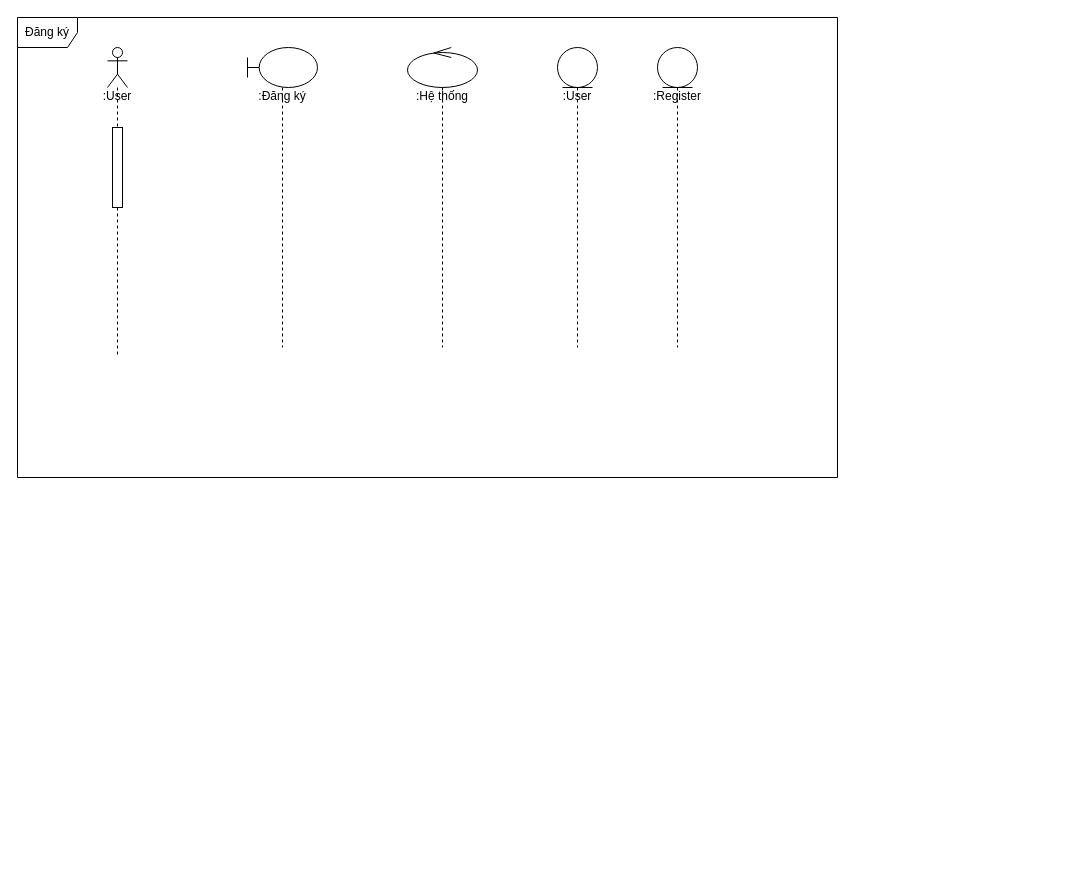
The draw.io diagram page "Page-1" (1 of 10) of BlogProject/BlogProject/DangKySequence.drawio in TranThanhHoang123/Blog, before the edit. Source tidied: cells renumbered, new cells numbered last; positions are measured from the earlier drawing's top-left corner, leaving out a move shared by most shapes. Both pictures are drawn from the tidied source at 100%, with x=0, y=0 at pixel (17, 17).
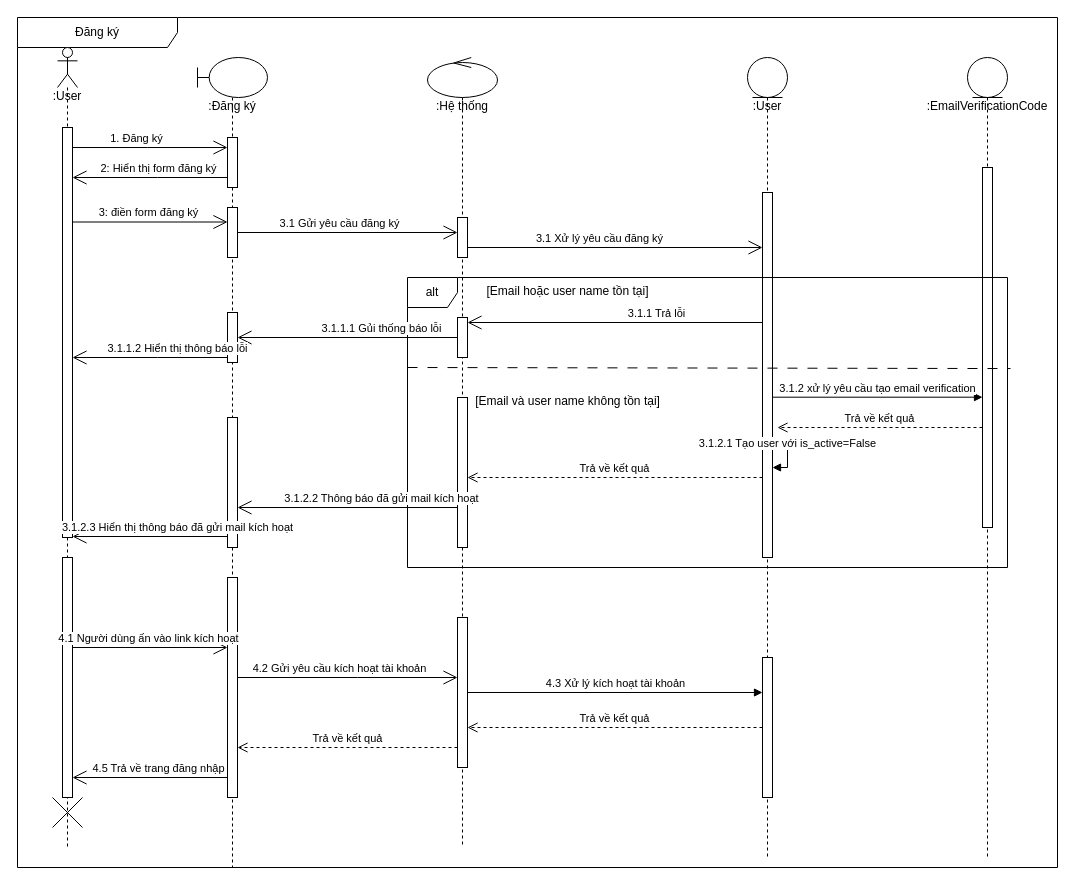
Above is the later version.

What changed in the source:
```diff
@@
+    <mxCell id="6" value="Đăng ký" style="shape=umlFrame;whiteSpace=wrap;html=1;width=160;" parent="1" vertex="1">
+      <mxGeometry width="1040" height="850" as="geometry" />
+    </mxCell>
+    <mxCell id="9" style="shape=umlDestroy;html=1;" parent="6" vertex="1">
+      <mxGeometry x="35" y="780" width="30" height="30" as="geometry" />
+    </mxCell>
-    <mxCell id="2" value="&lt;div&gt;&lt;br&gt;&lt;/div&gt;&lt;div&gt;&lt;br&gt;&lt;/div&gt;&lt;div&gt;&lt;br&gt;&lt;/div&gt;&lt;div&gt;&lt;br&gt;&lt;/div&gt;&lt;div&gt;&lt;span style=&quot;background-color: initial;&quot;&gt;:User&lt;/span&gt;&lt;br&gt;&lt;/div&gt;" style="shape=umlLifeline;perimeter=lifelinePerimeter;whiteSpace=wrap;html=1;newEdgeStyle={&quot;curved&quot;:0,&quot;rounded&quot;:0};participant=umlActor;size=40;" parent="1" vertex="1">
-      <mxGeometry x="90" y="30" width="20" height="310" as="geometry" />
+    <mxCell id="2" value="&lt;div&gt;&lt;br&gt;&lt;/div&gt;&lt;div&gt;&lt;br&gt;&lt;/div&gt;&lt;div&gt;&lt;br&gt;&lt;/div&gt;&lt;div&gt;&lt;br&gt;&lt;/div&gt;&lt;div&gt;&lt;span style=&quot;background-color: initial;&quot;&gt;:User&lt;/span&gt;&lt;br&gt;&lt;/div&gt;" style="shape=umlLifeline;perimeter=lifelinePerimeter;whiteSpace=wrap;html=1;newEdgeStyle={&quot;curved&quot;:0,&quot;rounded&quot;:0};participant=umlActor;size=40;" parent="6" vertex="1">
+      <mxGeometry x="40" y="30" width="20" height="800" as="geometry" />
     </mxCell>
-    <mxCell id="3" style="html=1;perimeter=orthogonalPerimeter;targetShapes=umlLifeline;newEdgeStyle={&quot;curved&quot;:0,&quot;rounded&quot;:0};" parent="2" vertex="1">
-      <mxGeometry x="5" y="80" width="10" height="80" as="geometry" />
-    </mxCell>
+    <mxCell id="10" style="html=1;points=[[0,0,0,0,5],[0,1,0,0,-5],[1,0,0,0,5],[1,1,0,0,-5]];perimeter=orthogonalPerimeter;outlineConnect=0;targetShapes=umlLifeline;portConstraint=eastwest;newEdgeStyle={&quot;curved&quot;:0,&quot;rounded&quot;:0};" parent="2" vertex="1">
+      <mxGeometry x="5" y="80" width="10" height="410" as="geometry" />
+    </mxCell>
+    <mxCell id="11" style="html=1;perimeter=orthogonalPerimeter;targetShapes=umlLifeline;newEdgeStyle={&quot;curved&quot;:0,&quot;rounded&quot;:0};" parent="2" vertex="1">
+      <mxGeometry x="5" y="510" width="10" height="240" as="geometry" />
+    </mxCell>
-    <mxCell id="4" value="&lt;div&gt;&lt;br&gt;&lt;/div&gt;&lt;div&gt;&lt;br&gt;&lt;/div&gt;&lt;div&gt;&lt;br&gt;&lt;/div&gt;&lt;div&gt;&lt;br&gt;&lt;/div&gt;&lt;div&gt;:Đăng ký&lt;/div&gt;" style="shape=umlLifeline;perimeter=lifelinePerimeter;whiteSpace=wrap;html=1;newEdgeStyle={&quot;curved&quot;:0,&quot;rounded&quot;:0};participant=umlBoundary;" parent="1" vertex="1">
-      <mxGeometry x="230" y="30" width="70" height="300" as="geometry" />
+    <mxCell id="4" value="&lt;div&gt;&lt;br&gt;&lt;/div&gt;&lt;div&gt;&lt;br&gt;&lt;/div&gt;&lt;div&gt;&lt;br&gt;&lt;/div&gt;&lt;div&gt;&lt;br&gt;&lt;/div&gt;&lt;div&gt;:Đăng ký&lt;/div&gt;" style="shape=umlLifeline;perimeter=lifelinePerimeter;whiteSpace=wrap;html=1;newEdgeStyle={&quot;curved&quot;:0,&quot;rounded&quot;:0};participant=umlBoundary;" parent="6" vertex="1">
+      <mxGeometry x="180" y="40" width="70" height="810" as="geometry" />
     </mxCell>
+    <mxCell id="12" style="html=1;points=[[0,0,0,0,5],[0,1,0,0,-5],[1,0,0,0,5],[1,1,0,0,-5]];perimeter=orthogonalPerimeter;outlineConnect=0;targetShapes=umlLifeline;portConstraint=eastwest;newEdgeStyle={&quot;curved&quot;:0,&quot;rounded&quot;:0};" parent="4" vertex="1">
+      <mxGeometry x="30" y="255" width="10" height="50" as="geometry" />
+    </mxCell>
+    <mxCell id="13" style="html=1;perimeter=orthogonalPerimeter;targetShapes=umlLifeline;newEdgeStyle={&quot;curved&quot;:0,&quot;rounded&quot;:0};" parent="4" vertex="1">
+      <mxGeometry x="30" y="360" width="10" height="130" as="geometry" />
+    </mxCell>
+    <mxCell id="14" style="html=1;points=[[0,0,0,0,5],[0,1,0,0,-5],[1,0,0,0,5],[1,1,0,0,-5]];perimeter=orthogonalPerimeter;outlineConnect=0;targetShapes=umlLifeline;portConstraint=eastwest;newEdgeStyle={&quot;curved&quot;:0,&quot;rounded&quot;:0};" parent="4" vertex="1">
+      <mxGeometry x="30" y="520" width="10" height="220" as="geometry" />
+    </mxCell>
-    <mxCell id="5" value="&lt;div&gt;&lt;br&gt;&lt;/div&gt;&lt;div&gt;&lt;br&gt;&lt;/div&gt;&lt;div&gt;&lt;br&gt;&lt;/div&gt;&lt;div&gt;&lt;br&gt;&lt;/div&gt;&lt;div&gt;:Hệ thống&lt;/div&gt;" style="shape=umlLifeline;perimeter=lifelinePerimeter;whiteSpace=wrap;html=1;newEdgeStyle={&quot;curved&quot;:0,&quot;rounded&quot;:0};participant=umlControl;" parent="1" vertex="1">
-      <mxGeometry x="390" y="30" width="70" height="300" as="geometry" />
+    <mxCell id="5" value="&lt;div&gt;&lt;br&gt;&lt;/div&gt;&lt;div&gt;&lt;br&gt;&lt;/div&gt;&lt;div&gt;&lt;br&gt;&lt;/div&gt;&lt;div&gt;&lt;br&gt;&lt;/div&gt;&lt;div&gt;:Hệ thống&lt;/div&gt;" style="shape=umlLifeline;perimeter=lifelinePerimeter;whiteSpace=wrap;html=1;newEdgeStyle={&quot;curved&quot;:0,&quot;rounded&quot;:0};participant=umlControl;" parent="6" vertex="1">
+      <mxGeometry x="410" y="40" width="70" height="790" as="geometry" />
     </mxCell>
-    <mxCell id="6" value="Đăng ký" style="shape=umlFrame;whiteSpace=wrap;html=1;" parent="1" vertex="1">
-      <mxGeometry width="820" height="460" as="geometry" />
-    </mxCell>
+    <mxCell id="15" style="html=1;points=[[0,0,0,0,5],[0,1,0,0,-5],[1,0,0,0,5],[1,1,0,0,-5]];perimeter=orthogonalPerimeter;outlineConnect=0;targetShapes=umlLifeline;portConstraint=eastwest;newEdgeStyle={&quot;curved&quot;:0,&quot;rounded&quot;:0};" parent="5" vertex="1">
+      <mxGeometry x="30" y="160" width="10" height="40" as="geometry" />
+    </mxCell>
+    <mxCell id="16" style="html=1;points=[[0,0,0,0,5],[0,1,0,0,-5],[1,0,0,0,5],[1,1,0,0,-5]];perimeter=orthogonalPerimeter;outlineConnect=0;targetShapes=umlLifeline;portConstraint=eastwest;newEdgeStyle={&quot;curved&quot;:0,&quot;rounded&quot;:0};" parent="5" vertex="1">
+      <mxGeometry x="30" y="260" width="10" height="40" as="geometry" />
+    </mxCell>
+    <mxCell id="17" style="html=1;perimeter=orthogonalPerimeter;targetShapes=umlLifeline;newEdgeStyle={&quot;curved&quot;:0,&quot;rounded&quot;:0};" parent="5" vertex="1">
+      <mxGeometry x="30" y="340" width="10" height="150" as="geometry" />
+    </mxCell>
+    <mxCell id="18" style="html=1;points=[[0,0,0,0,5],[0,1,0,0,-5],[1,0,0,0,5],[1,1,0,0,-5]];perimeter=orthogonalPerimeter;outlineConnect=0;targetShapes=umlLifeline;portConstraint=eastwest;newEdgeStyle={&quot;curved&quot;:0,&quot;rounded&quot;:0};" parent="5" vertex="1">
+      <mxGeometry x="30" y="560" width="10" height="150" as="geometry" />
+    </mxCell>
-    <mxCell id="7" value="&lt;div&gt;&lt;br&gt;&lt;/div&gt;&lt;div&gt;&lt;br&gt;&lt;/div&gt;&lt;div&gt;&lt;br&gt;&lt;/div&gt;&lt;div&gt;&lt;br&gt;&lt;/div&gt;&lt;div&gt;:User&lt;/div&gt;" style="shape=umlLifeline;perimeter=lifelinePerimeter;whiteSpace=wrap;html=1;newEdgeStyle={&quot;curved&quot;:0,&quot;rounded&quot;:0};participant=umlEntity;" parent="1" vertex="1">
-      <mxGeometry x="540" y="30" width="40" height="300" as="geometry" />
+    <mxCell id="7" value="&lt;div&gt;&lt;br&gt;&lt;/div&gt;&lt;div&gt;&lt;br&gt;&lt;/div&gt;&lt;div&gt;&lt;br&gt;&lt;/div&gt;&lt;div&gt;&lt;br&gt;&lt;/div&gt;&lt;div&gt;:User&lt;/div&gt;" style="shape=umlLifeline;perimeter=lifelinePerimeter;whiteSpace=wrap;html=1;newEdgeStyle={&quot;curved&quot;:0,&quot;rounded&quot;:0};participant=umlEntity;" parent="6" vertex="1">
+      <mxGeometry x="730" y="40" width="40" height="800" as="geometry" />
     </mxCell>
-    <mxCell id="8" value="&lt;div&gt;&lt;br&gt;&lt;/div&gt;&lt;div&gt;&lt;br&gt;&lt;/div&gt;&lt;div&gt;&lt;br&gt;&lt;/div&gt;&lt;div&gt;&lt;br&gt;&lt;/div&gt;&lt;div&gt;:Register&lt;/div&gt;" style="shape=umlLifeline;perimeter=lifelinePerimeter;whiteSpace=wrap;html=1;newEdgeStyle={&quot;curved&quot;:0,&quot;rounded&quot;:0};participant=umlEntity;" parent="1" vertex="1">
-      <mxGeometry x="640" y="30" width="40" height="300" as="geometry" />
-    </mxCell>
+    <mxCell id="19" style="html=1;points=[[0,0,0,0,5],[0,1,0,0,-5],[1,0,0,0,5],[1,1,0,0,-5]];perimeter=orthogonalPerimeter;outlineConnect=0;targetShapes=umlLifeline;portConstraint=eastwest;newEdgeStyle={&quot;curved&quot;:0,&quot;rounded&quot;:0};" parent="7" vertex="1">
+      <mxGeometry x="15" y="135" width="10" height="365" as="geometry" />
+    </mxCell>
+    <mxCell id="20" style="html=1;points=[[0,0,0,0,5],[0,1,0,0,-5],[1,0,0,0,5],[1,1,0,0,-5]];perimeter=orthogonalPerimeter;outlineConnect=0;targetShapes=umlLifeline;portConstraint=eastwest;newEdgeStyle={&quot;curved&quot;:0,&quot;rounded&quot;:0};" parent="7" vertex="1">
+      <mxGeometry x="15" y="600" width="10" height="140" as="geometry" />
+    </mxCell>
+    <mxCell id="21" value="3.1.2.1 Tạo user với is_active=False" style="html=1;verticalAlign=bottom;endArrow=block;curved=0;rounded=0;" parent="7" edge="1" source="19" target="19">
+      <mxGeometry relative="1" as="geometry">
+        <Array as="points">
+          <mxPoint x="40" y="380" />
+          <mxPoint x="40" y="410" />
+        </Array>
+      </mxGeometry>
+    </mxCell>
+    <mxCell id="22" value="&lt;div&gt;&lt;br&gt;&lt;/div&gt;&lt;div&gt;&lt;br&gt;&lt;/div&gt;&lt;div&gt;&lt;br&gt;&lt;/div&gt;&lt;div&gt;&lt;br&gt;&lt;/div&gt;&lt;div&gt;:EmailVerificationCode&lt;/div&gt;" style="shape=umlLifeline;perimeter=lifelinePerimeter;whiteSpace=wrap;html=1;newEdgeStyle={&quot;curved&quot;:0,&quot;rounded&quot;:0};participant=umlEntity;" parent="6" vertex="1">
+      <mxGeometry x="950" y="40" width="40" height="800" as="geometry" />
+    </mxCell>
+    <mxCell id="23" style="html=1;perimeter=orthogonalPerimeter;targetShapes=umlLifeline;newEdgeStyle={&quot;curved&quot;:0,&quot;rounded&quot;:0};" parent="22" vertex="1">
+      <mxGeometry x="15" y="110" width="10" height="360" as="geometry" />
+    </mxCell>
+    <mxCell id="24" style="html=1;points=[[0,0,0,0,5],[0,1,0,0,-5],[1,0,0,0,5],[1,1,0,0,-5]];perimeter=orthogonalPerimeter;outlineConnect=0;targetShapes=umlLifeline;portConstraint=eastwest;newEdgeStyle={&quot;curved&quot;:0,&quot;rounded&quot;:0};" parent="6" vertex="1">
+      <mxGeometry x="210" y="120" width="10" height="50" as="geometry" />
+    </mxCell>
+    <mxCell id="25" style="endArrow=open;endFill=1;endSize=12;html=1;rounded=0;" parent="6" edge="1" source="10" target="24">
+      <mxGeometry relative="1" as="geometry">
+        <Array as="points">
+          <mxPoint x="130" y="130" />
+        </Array>
+      </mxGeometry>
+    </mxCell>
+    <mxCell id="26" value="1. Đăng ký" style="edgeLabel;html=1;align=center;verticalAlign=middle;" parent="25" vertex="1">
+      <mxGeometry x="-0.19" relative="1" as="geometry">
+        <mxPoint y="-10" as="offset" />
+      </mxGeometry>
+    </mxCell>
+    <mxCell id="27" style="endArrow=open;endFill=1;endSize=12;html=1;rounded=0;" parent="6" edge="1" source="24" target="10">
+      <mxGeometry relative="1" as="geometry">
+        <Array as="points">
+          <mxPoint x="140" y="160" />
+        </Array>
+      </mxGeometry>
+    </mxCell>
+    <mxCell id="28" value="2: Hiển thị form đăng ký" style="edgeLabel;html=1;align=center;verticalAlign=middle;" parent="27" vertex="1">
+      <mxGeometry x="-0.19" relative="1" as="geometry">
+        <mxPoint x="-7" y="-10" as="offset" />
+      </mxGeometry>
+    </mxCell>
+    <mxCell id="29" style="html=1;points=[[0,0,0,0,5],[0,1,0,0,-5],[1,0,0,0,5],[1,1,0,0,-5]];perimeter=orthogonalPerimeter;outlineConnect=0;targetShapes=umlLifeline;portConstraint=eastwest;newEdgeStyle={&quot;curved&quot;:0,&quot;rounded&quot;:0};" parent="6" vertex="1">
+      <mxGeometry x="210" y="190" width="10" height="50" as="geometry" />
+    </mxCell>
+    <mxCell id="30" style="endArrow=open;endFill=1;endSize=12;html=1;rounded=0;" parent="6" edge="1">
+      <mxGeometry relative="1" as="geometry">
+        <mxPoint x="55" y="204.5" as="sourcePoint" />
+        <mxPoint x="210" y="204.5" as="targetPoint" />
+      </mxGeometry>
+    </mxCell>
+    <mxCell id="31" value="3: điền form đăng ký" style="edgeLabel;html=1;align=center;verticalAlign=middle;" parent="30" vertex="1">
+      <mxGeometry x="-0.19" relative="1" as="geometry">
+        <mxPoint x="12" y="-10" as="offset" />
+      </mxGeometry>
+    </mxCell>
+    <mxCell id="32" style="endArrow=open;endFill=1;endSize=12;html=1;rounded=0;" parent="6" edge="1" source="29" target="15">
+      <mxGeometry relative="1" as="geometry" />
+    </mxCell>
+    <mxCell id="33" value="3.1 Gửi yêu cầu đăng ký" style="edgeLabel;html=1;align=center;verticalAlign=middle;" parent="32" vertex="1">
+      <mxGeometry x="-0.19" relative="1" as="geometry">
+        <mxPoint x="12" y="-10" as="offset" />
+      </mxGeometry>
+    </mxCell>
+    <mxCell id="34" style="endArrow=open;endFill=1;endSize=12;html=1;rounded=0;" parent="6" edge="1" source="15" target="19">
+      <mxGeometry relative="1" as="geometry">
+        <Array as="points">
+          <mxPoint x="450" y="230" />
+        </Array>
+      </mxGeometry>
+    </mxCell>
+    <mxCell id="35" value="3.1 Xử lý yêu cầu đăng ký" style="edgeLabel;html=1;align=center;verticalAlign=middle;" parent="34" vertex="1">
+      <mxGeometry x="-0.19" relative="1" as="geometry">
+        <mxPoint x="12" y="-10" as="offset" />
+      </mxGeometry>
+    </mxCell>
+    <mxCell id="36" value="alt" style="shape=umlFrame;whiteSpace=wrap;html=1;width=50;" parent="6" vertex="1">
+      <mxGeometry x="390" y="260" width="600" height="290" as="geometry" />
+    </mxCell>
+    <mxCell id="37" value="[Email hoặc user name tồn tại]" style="text;align=center;html=1;" parent="36" vertex="1">
+      <mxGeometry width="100" height="20" relative="1" as="geometry">
+        <mxPoint x="110" as="offset" />
+      </mxGeometry>
+    </mxCell>
+    <mxCell id="38" value="[Email và user name không tồn tại]" style="text;align=center;html=1;" parent="36" vertex="1">
+      <mxGeometry x="110" y="110" width="100" height="20" as="geometry" />
+    </mxCell>
+    <mxCell id="39" value="Trả về kết quả" style="endArrow=open;startArrow=none;endFill=0;startFill=0;endSize=8;html=1;verticalAlign=bottom;dashed=1;labelBackgroundColor=none;rounded=0;" parent="36" edge="1">
+      <mxGeometry relative="1" as="geometry">
+        <mxPoint x="575" y="150" as="sourcePoint" />
+        <mxPoint x="370" y="150" as="targetPoint" />
+        <Array as="points">
+          <mxPoint x="470" y="150" />
+        </Array>
+      </mxGeometry>
+    </mxCell>
+    <mxCell id="40" style="endArrow=none;startArrow=none;endFill=0;startFill=0;endSize=8;html=1;verticalAlign=bottom;dashed=1;labelBackgroundColor=none;dashPattern=10 10;rounded=0;entryX=1.005;entryY=0.314;entryDx=0;entryDy=0;entryPerimeter=0;exitX=-0.007;exitY=0.489;exitDx=0;exitDy=0;exitPerimeter=0;" parent="36" edge="1" target="36">
+      <mxGeometry relative="1" as="geometry">
+        <mxPoint y="90" as="sourcePoint" />
+      </mxGeometry>
+    </mxCell>
+    <mxCell id="41" value="3.1.2 xử lý yêu cầu tạo email verification" style="html=1;verticalAlign=bottom;endArrow=block;curved=0;rounded=0;" parent="36" edge="1">
+      <mxGeometry relative="1" as="geometry">
+        <mxPoint x="365" y="119.7" as="sourcePoint" />
+        <mxPoint x="575" y="119.7" as="targetPoint" />
+      </mxGeometry>
+    </mxCell>
+    <mxCell id="42" value="Trả về kết quả" style="endArrow=open;startArrow=none;endFill=0;startFill=0;endSize=8;html=1;verticalAlign=bottom;dashed=1;labelBackgroundColor=none;rounded=0;" parent="36" edge="1">
+      <mxGeometry relative="1" as="geometry">
+        <mxPoint x="355" y="200" as="sourcePoint" />
+        <mxPoint x="60" y="200" as="targetPoint" />
+      </mxGeometry>
+    </mxCell>
+    <mxCell id="43" style="endArrow=open;endFill=1;endSize=12;html=1;rounded=0;" parent="6" edge="1" source="16" target="12">
+      <mxGeometry relative="1" as="geometry" />
+    </mxCell>
+    <mxCell id="44" value="3.1.1.1 Gủi thống báo lỗi" style="edgeLabel;html=1;align=center;verticalAlign=middle;" parent="43" vertex="1">
+      <mxGeometry x="-0.19" relative="1" as="geometry">
+        <mxPoint x="12" y="-10" as="offset" />
+      </mxGeometry>
+    </mxCell>
+    <mxCell id="45" style="endArrow=open;endFill=1;endSize=12;html=1;rounded=0;" parent="6" edge="1" source="12" target="10">
+      <mxGeometry relative="1" as="geometry">
+        <Array as="points">
+          <mxPoint x="140" y="340" />
+        </Array>
+      </mxGeometry>
+    </mxCell>
+    <mxCell id="46" value="3.1.1.2 Hiển thị thông báo lỗi" style="edgeLabel;html=1;align=center;verticalAlign=middle;" parent="45" vertex="1">
+      <mxGeometry x="-0.19" relative="1" as="geometry">
+        <mxPoint x="12" y="-10" as="offset" />
+      </mxGeometry>
+    </mxCell>
+    <mxCell id="47" style="endArrow=open;endFill=1;endSize=12;html=1;rounded=0;entryX=1;entryY=0;entryDx=0;entryDy=5;entryPerimeter=0;" parent="6" edge="1" source="19" target="16">
+      <mxGeometry relative="1" as="geometry" />
+    </mxCell>
+    <mxCell id="48" value="3.1.1 Trả lỗi" style="edgeLabel;html=1;align=center;verticalAlign=middle;" parent="47" vertex="1">
+      <mxGeometry x="-0.19" relative="1" as="geometry">
+        <mxPoint x="12" y="-10" as="offset" />
+      </mxGeometry>
+    </mxCell>
+    <mxCell id="49" style="endArrow=open;endFill=1;endSize=12;html=1;rounded=0;" parent="6" edge="1">
+      <mxGeometry relative="1" as="geometry">
+        <mxPoint x="210" y="519" as="sourcePoint" />
+        <mxPoint x="55" y="519" as="targetPoint" />
+      </mxGeometry>
+    </mxCell>
+    <mxCell id="50" value="3.1.2.3 Hiển thị thông báo đã gửi mail kích hoạt" style="edgeLabel;html=1;align=center;verticalAlign=middle;" parent="49" vertex="1">
+      <mxGeometry x="-0.19" relative="1" as="geometry">
+        <mxPoint x="12" y="-10" as="offset" />
+      </mxGeometry>
+    </mxCell>
+    <mxCell id="51" style="endArrow=open;endFill=1;endSize=12;html=1;rounded=0;" parent="6" edge="1">
+      <mxGeometry relative="1" as="geometry">
+        <mxPoint x="55" y="630" as="sourcePoint" />
+        <mxPoint x="210" y="630" as="targetPoint" />
+      </mxGeometry>
+    </mxCell>
+    <mxCell id="52" value="4.1 Người dùng ấn vào link kích hoạt" style="edgeLabel;html=1;align=center;verticalAlign=middle;" parent="51" vertex="1">
+      <mxGeometry x="-0.19" relative="1" as="geometry">
+        <mxPoint x="12" y="-10" as="offset" />
+      </mxGeometry>
+    </mxCell>
+    <mxCell id="53" style="endArrow=open;endFill=1;endSize=12;html=1;rounded=0;" parent="6" edge="1" source="14" target="18">
+      <mxGeometry relative="1" as="geometry">
+        <Array as="points">
+          <mxPoint x="340" y="660" />
+        </Array>
+      </mxGeometry>
+    </mxCell>
+    <mxCell id="54" value="4.2 Gửi yêu cầu kích hoạt tài khoản" style="edgeLabel;html=1;align=center;verticalAlign=middle;" parent="53" vertex="1">
+      <mxGeometry x="-0.19" relative="1" as="geometry">
+        <mxPoint x="12" y="-10" as="offset" />
+      </mxGeometry>
+    </mxCell>
+    <mxCell id="55" style="endArrow=open;endFill=1;endSize=12;html=1;rounded=0;" parent="6" edge="1">
+      <mxGeometry relative="1" as="geometry">
+        <mxPoint x="440" y="490" as="sourcePoint" />
+        <mxPoint x="220" y="490" as="targetPoint" />
+      </mxGeometry>
+    </mxCell>
+    <mxCell id="56" value="3.1.2.2 Thông báo đã gửi mail kích hoạt" style="edgeLabel;html=1;align=center;verticalAlign=middle;" parent="55" vertex="1">
+      <mxGeometry x="-0.19" relative="1" as="geometry">
+        <mxPoint x="12" y="-10" as="offset" />
+      </mxGeometry>
+    </mxCell>
+    <mxCell id="57" value="Trả về kết quả" style="endArrow=open;startArrow=none;endFill=0;startFill=0;endSize=8;html=1;verticalAlign=bottom;dashed=1;labelBackgroundColor=none;rounded=0;" parent="6" edge="1" source="20" target="18">
+      <mxGeometry relative="1" as="geometry" />
+    </mxCell>
+    <mxCell id="58" style="endArrow=open;endFill=1;endSize=12;html=1;rounded=0;" parent="6" edge="1">
+      <mxGeometry relative="1" as="geometry">
+        <mxPoint x="210" y="760" as="sourcePoint" />
+        <mxPoint x="55" y="760" as="targetPoint" />
+      </mxGeometry>
+    </mxCell>
+    <mxCell id="59" value="4.5 Trả về trang đăng nhập" style="edgeLabel;html=1;align=center;verticalAlign=middle;" parent="58" vertex="1">
+      <mxGeometry x="-0.19" relative="1" as="geometry">
+        <mxPoint x="-7" y="-10" as="offset" />
+      </mxGeometry>
+    </mxCell>
+    <mxCell id="60" value="4.3 Xử lý kích hoạt tài khoản" style="html=1;verticalAlign=bottom;endArrow=block;curved=0;rounded=0;" parent="6" edge="1" source="18" target="20">
+      <mxGeometry relative="1" as="geometry" />
+    </mxCell>
+    <mxCell id="61" value="Trả về kết quả" style="endArrow=open;startArrow=none;endFill=0;startFill=0;endSize=8;html=1;verticalAlign=bottom;dashed=1;labelBackgroundColor=none;rounded=0;" parent="6" edge="1">
+      <mxGeometry relative="1" as="geometry">
+        <mxPoint x="440" y="730" as="sourcePoint" />
+        <mxPoint x="220" y="730" as="targetPoint" />
+      </mxGeometry>
+    </mxCell>
```
